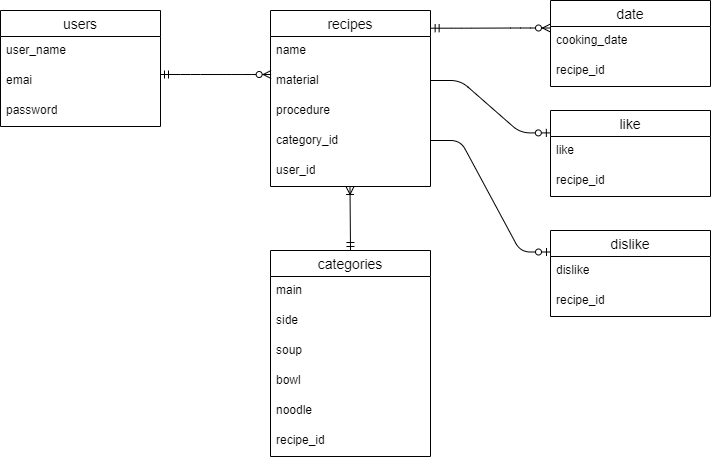
Before: ER.drawio.png, a diagram exported from draw.io (akina0302/MyRecipe). Source tidied: cells renumbered, new cells last; positions are measured from the earlier drawing's top-left corner, leaving out a move shared by most shapes.
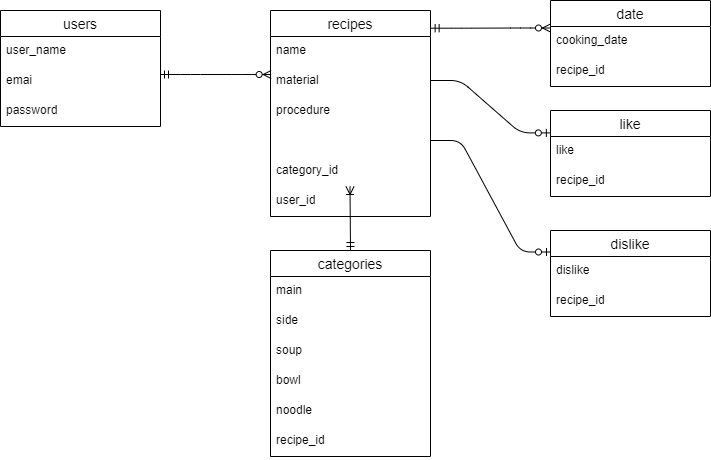
The same file after the commit.

What changed in the source:
```diff
@@ -15,7 +15,7 @@
       <mxGeometry y="86" width="160" height="30" as="geometry" />
     </mxCell>
     <mxCell id="6" value="recipes" style="swimlane;fontStyle=0;horizontal=1;startSize=26;align=center;fontSize=14;" parent="1" vertex="1">
-      <mxGeometry x="270" y="10" width="160" height="176" as="geometry" />
+      <mxGeometry x="270" y="10" width="160" height="206" as="geometry" />
     </mxCell>
     <mxCell id="7" style="edgeStyle=entityRelationEdgeStyle;fontSize=12;html=1;endArrow=ERzeroToMany;startArrow=ERmandOne;entryX=0.004;entryY=0.267;entryDx=0;entryDy=0;entryPerimeter=0;" parent="6" edge="1" target="9">
       <mxGeometry relative="1" as="geometry">
@@ -36,11 +36,14 @@
     <mxCell id="10" value="procedure" style="text;strokeColor=none;fillColor=none;spacingLeft=4;spacingRight=4;overflow=hidden;fontSize=12;whiteSpace=wrap;html=1;" parent="6" vertex="1">
       <mxGeometry y="86" width="160" height="30" as="geometry" />
     </mxCell>
+    <mxCell id="33" style="text;strokeColor=none;fillColor=none;spacingLeft=4;spacingRight=4;overflow=hidden;fontSize=12;whiteSpace=wrap;html=1;" parent="6" vertex="1">
+      <mxGeometry y="116" width="160" height="30" as="geometry" />
+    </mxCell>
     <mxCell id="11" value="category_id" style="text;strokeColor=none;fillColor=none;spacingLeft=4;spacingRight=4;overflow=hidden;fontSize=12;whiteSpace=wrap;html=1;" parent="6" vertex="1">
-      <mxGeometry y="116" width="160" height="30" as="geometry" />
+      <mxGeometry y="146" width="160" height="30" as="geometry" />
     </mxCell>
     <mxCell id="12" value="user_id" style="text;strokeColor=none;fillColor=none;spacingLeft=4;spacingRight=4;overflow=hidden;fontSize=12;whiteSpace=wrap;html=1;" parent="6" vertex="1">
-      <mxGeometry y="146" width="160" height="30" as="geometry" />
+      <mxGeometry y="176" width="160" height="30" as="geometry" />
     </mxCell>
     <mxCell id="13" value="categories" style="swimlane;fontStyle=0;horizontal=1;startSize=26;align=center;fontSize=14;" parent="1" vertex="1">
       <mxGeometry x="270" y="250" width="160" height="206" as="geometry" />
```
